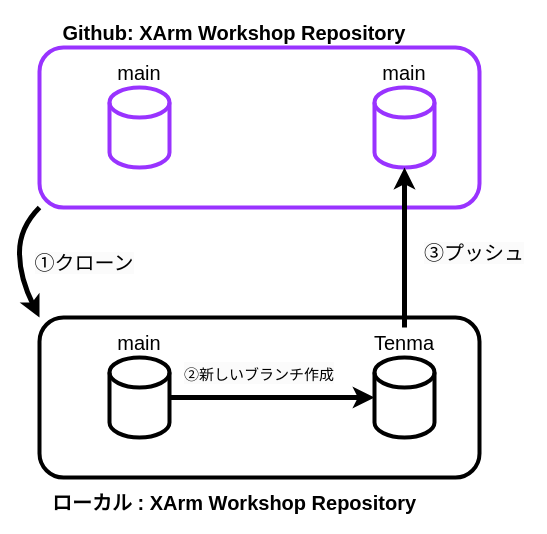
Before: assets/git_flow.drawio in TenmaUchiyama/xArmWorkshop, a draw.io diagram. Source tidied: cells renumbered, new cells numbered last; positions are measured from the earlier drawing's top-left corner, leaving out a move shared by most shapes. Both pictures are drawn from the tidied source at 100%, with x=0, y=0 at pixel (19, 17).
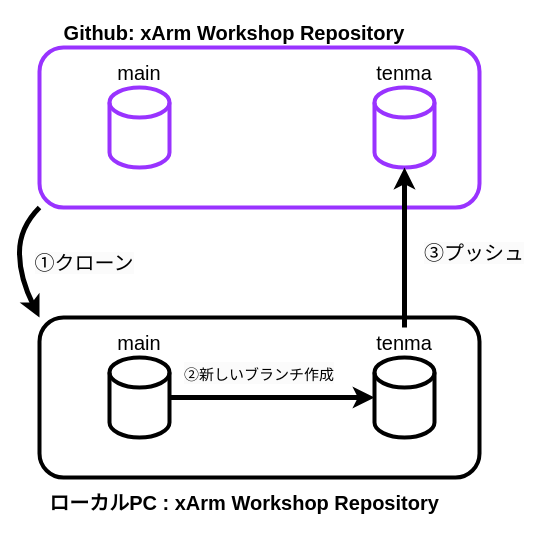
The same diagram, later.

What changed in the source:
```diff
@@
-    <mxCell id="3" value="&lt;font style=&quot;font-size: 20px;&quot;&gt;&lt;b&gt;Github: XArm Workshop Repository&lt;/b&gt;&lt;/font&gt;" style="text;html=1;strokeColor=none;fillColor=none;align=center;verticalAlign=middle;whiteSpace=wrap;rounded=0;strokeWidth=4;" parent="1" vertex="1">
+    <mxCell id="3" value="&lt;font style=&quot;font-size: 20px;&quot;&gt;&lt;b&gt;Github: xArm Workshop Repository&lt;/b&gt;&lt;/font&gt;" style="text;html=1;strokeColor=none;fillColor=none;align=center;verticalAlign=middle;whiteSpace=wrap;rounded=0;strokeWidth=4;" parent="1" vertex="1">
       <mxGeometry x="20" width="390" height="30" as="geometry" />
     </mxCell>
@@
-    <mxCell id="7" value="&lt;font style=&quot;font-size: 20px;&quot;&gt;&lt;b&gt;ローカル : XArm Workshop Repository&lt;/b&gt;&lt;/font&gt;" style="text;html=1;strokeColor=none;fillColor=none;align=center;verticalAlign=middle;whiteSpace=wrap;rounded=0;strokeWidth=4;" parent="1" vertex="1">
-      <mxGeometry x="20" y="470" width="390" height="30" as="geometry" />
+    <mxCell id="7" value="&lt;font style=&quot;font-size: 20px;&quot;&gt;&lt;b&gt;ローカルPC : xArm Workshop Repository&lt;/b&gt;&lt;/font&gt;" style="text;html=1;strokeColor=none;fillColor=none;align=center;verticalAlign=middle;whiteSpace=wrap;rounded=0;strokeWidth=4;" parent="1" vertex="1">
+      <mxGeometry x="20" y="470" width="410" height="30" as="geometry" />
     </mxCell>
@@
-    <mxCell id="14" value="Tenma" style="text;html=1;strokeColor=none;fillColor=none;align=center;verticalAlign=middle;whiteSpace=wrap;rounded=0;strokeWidth=4;fontSize=20;" parent="1" vertex="1">
+    <mxCell id="14" value="tenma" style="text;html=1;strokeColor=none;fillColor=none;align=center;verticalAlign=middle;whiteSpace=wrap;rounded=0;strokeWidth=4;fontSize=20;" parent="1" vertex="1">
       <mxGeometry x="355" y="310" width="60" height="30" as="geometry" />
     </mxCell>
@@
-    <mxCell id="17" value="main" style="text;html=1;strokeColor=none;fillColor=none;align=center;verticalAlign=middle;whiteSpace=wrap;rounded=0;strokeWidth=4;fontSize=20;" parent="1" vertex="1">
+    <mxCell id="17" value="tenma" style="text;html=1;strokeColor=none;fillColor=none;align=center;verticalAlign=middle;whiteSpace=wrap;rounded=0;strokeWidth=4;fontSize=20;" parent="1" vertex="1">
       <mxGeometry x="355" y="40" width="60" height="30" as="geometry" />
     </mxCell>
```
